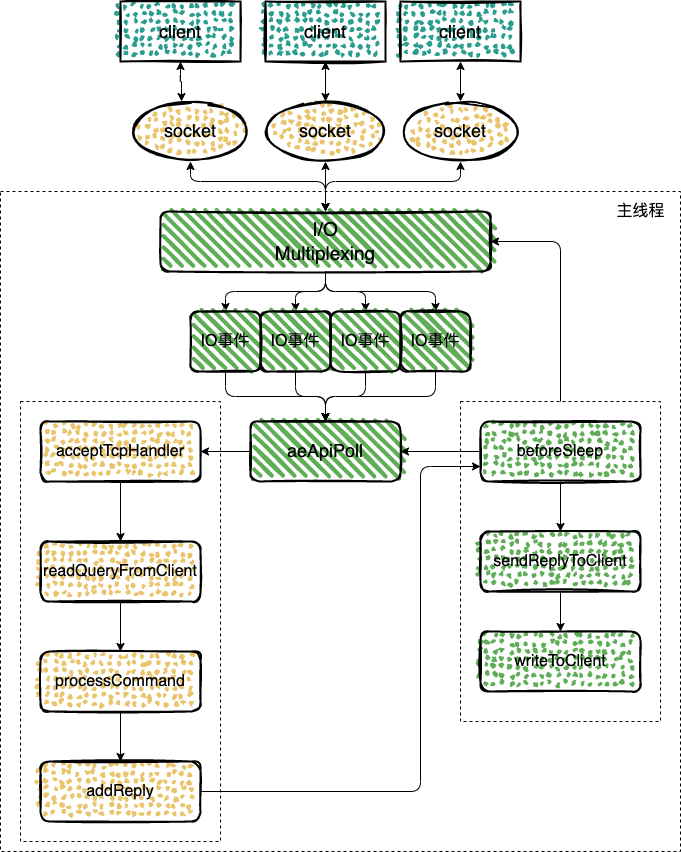
The draw.io diagram img/redis/redis-single.png in boilingfrog/Go-POINT, before a commit. Source tidied: cells renumbered, new cells last; positions are measured from the earlier drawing's top-left corner, leaving out a move shared by most shapes.
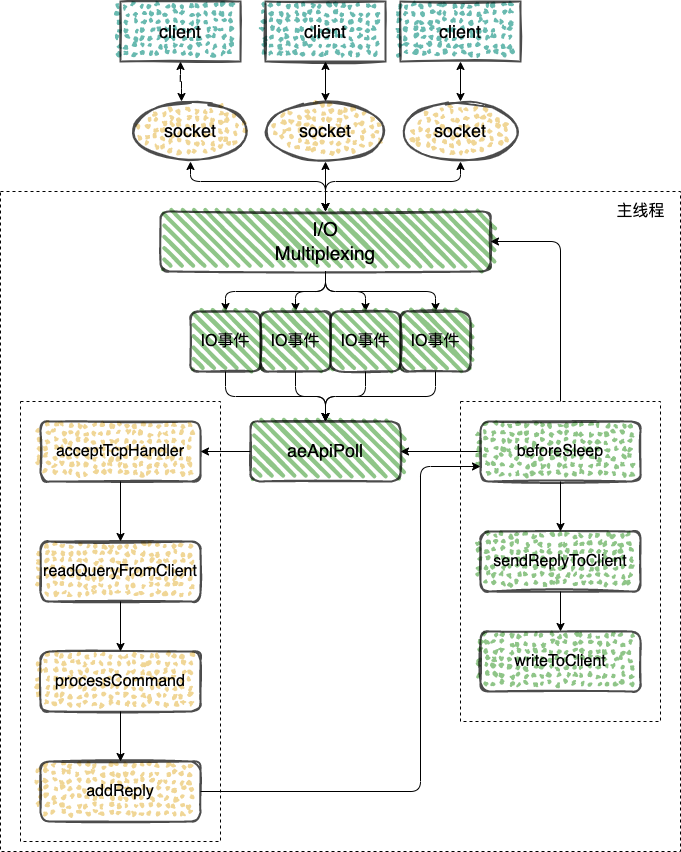
Later version of the same file.

Commit message:
feat:redis 中的原子性

The edit, as a diff of the source:
```diff
@@ -23,7 +23,7 @@
     <mxCell id="8" style="edgeStyle=orthogonalEdgeStyle;html=1;entryX=0.5;entryY=0;entryDx=0;entryDy=0;fontSize=16;startArrow=none;startFill=0;" parent="1" edge="1" source="9" target="44">
       <mxGeometry relative="1" as="geometry" />
     </mxCell>
-    <mxCell id="9" value="&lt;font style=&quot;font-size: 19px&quot;&gt;I/O&lt;br&gt;Multiplexing&lt;/font&gt;" style="rounded=1;whiteSpace=wrap;html=1;strokeWidth=2;fillWeight=4;hachureGap=8;hachureAngle=45;fillColor=#5FAD56;sketch=1;fontSize=16;" parent="1" vertex="1">
+    <mxCell id="9" value="&lt;font style=&quot;font-size: 19px&quot;&gt;I/O&lt;br&gt;Multiplexing&lt;/font&gt;" style="rounded=1;whiteSpace=wrap;html=1;strokeWidth=2;fillWeight=4;hachureGap=8;hachureAngle=45;fillColor=#5FAD56;sketch=1;fontSize=16;opacity=70;" parent="1" vertex="1">
       <mxGeometry x="160" y="210" width="330" height="60" as="geometry" />
     </mxCell>
     <mxCell id="10" style="edgeStyle=orthogonalEdgeStyle;html=1;entryX=0.5;entryY=0;entryDx=0;entryDy=0;fontSize=25;startArrow=classic;startFill=1;" parent="1" edge="1" source="11" target="9">
@@ -34,7 +34,7 @@
         </Array>
       </mxGeometry>
     </mxCell>
-    <mxCell id="11" value="&lt;font style=&quot;font-size: 18px&quot;&gt;socket&lt;/font&gt;" style="ellipse;whiteSpace=wrap;html=1;strokeWidth=2;fillWeight=2;hachureGap=8;fillColor=#E9C46A;fillStyle=dots;sketch=1;fontSize=16;" parent="1" vertex="1">
+    <mxCell id="11" value="&lt;font style=&quot;font-size: 18px&quot;&gt;socket&lt;/font&gt;" style="ellipse;whiteSpace=wrap;html=1;strokeWidth=2;fillWeight=2;hachureGap=8;fillColor=#E9C46A;fillStyle=dots;sketch=1;fontSize=16;opacity=70;" parent="1" vertex="1">
       <mxGeometry x="130" y="100" width="120" height="60" as="geometry" />
     </mxCell>
     <mxCell id="12" style="edgeStyle=orthogonalEdgeStyle;html=1;entryX=0.5;entryY=0;entryDx=0;entryDy=0;fontSize=18;exitX=0.5;exitY=1;exitDx=0;exitDy=0;startArrow=classic;startFill=1;" parent="1" edge="1" source="13" target="9">
@@ -45,55 +45,55 @@
         </Array>
       </mxGeometry>
     </mxCell>
-    <mxCell id="13" value="&lt;font style=&quot;font-size: 18px&quot;&gt;socket&lt;/font&gt;" style="ellipse;whiteSpace=wrap;html=1;strokeWidth=2;fillWeight=2;hachureGap=8;fillColor=#E9C46A;fillStyle=dots;sketch=1;fontSize=16;" parent="1" vertex="1">
+    <mxCell id="13" value="&lt;font style=&quot;font-size: 18px&quot;&gt;socket&lt;/font&gt;" style="ellipse;whiteSpace=wrap;html=1;strokeWidth=2;fillWeight=2;hachureGap=8;fillColor=#E9C46A;fillStyle=dots;sketch=1;fontSize=16;opacity=70;" parent="1" vertex="1">
       <mxGeometry x="400" y="100" width="120" height="60" as="geometry" />
     </mxCell>
     <mxCell id="14" style="edgeStyle=orthogonalEdgeStyle;html=1;fontSize=16;startArrow=none;startFill=0;" parent="1" edge="1" source="15" target="17">
       <mxGeometry relative="1" as="geometry" />
     </mxCell>
-    <mxCell id="15" value="&lt;font style=&quot;font-size: 18px&quot;&gt;aeApiPoll&lt;/font&gt;" style="rounded=1;whiteSpace=wrap;html=1;strokeWidth=2;fillWeight=4;hachureGap=8;hachureAngle=45;fillColor=#5FAD56;sketch=1;fontSize=16;" parent="1" vertex="1">
+    <mxCell id="15" value="&lt;font style=&quot;font-size: 18px&quot;&gt;aeApiPoll&lt;/font&gt;" style="rounded=1;whiteSpace=wrap;html=1;strokeWidth=2;fillWeight=4;hachureGap=8;hachureAngle=45;fillColor=#5FAD56;sketch=1;fontSize=16;opacity=70;" parent="1" vertex="1">
       <mxGeometry x="250" y="420" width="150" height="60" as="geometry" />
     </mxCell>
     <mxCell id="16" style="edgeStyle=orthogonalEdgeStyle;html=1;entryX=0.5;entryY=0;entryDx=0;entryDy=0;fontSize=16;startArrow=none;startFill=0;" parent="1" edge="1" source="17" target="27">
       <mxGeometry relative="1" as="geometry" />
     </mxCell>
-    <mxCell id="17" value="acceptTcpHandler" style="rounded=1;whiteSpace=wrap;html=1;strokeWidth=2;fillWeight=2;hachureGap=8;hachureAngle=45;fillColor=#E9C46A;sketch=1;fontSize=16;fillStyle=dots;" parent="1" vertex="1">
+    <mxCell id="17" value="acceptTcpHandler" style="rounded=1;whiteSpace=wrap;html=1;strokeWidth=2;fillWeight=2;hachureGap=8;hachureAngle=45;fillColor=#E9C46A;sketch=1;fontSize=16;fillStyle=dots;opacity=70;" parent="1" vertex="1">
       <mxGeometry x="40" y="420" width="160" height="60" as="geometry" />
     </mxCell>
     <mxCell id="18" style="edgeStyle=orthogonalEdgeStyle;html=1;entryX=0.5;entryY=0;entryDx=0;entryDy=0;fontSize=18;startArrow=classic;startFill=1;" parent="1" edge="1" source="19" target="9">
       <mxGeometry relative="1" as="geometry" />
     </mxCell>
-    <mxCell id="19" value="&lt;font style=&quot;font-size: 18px&quot;&gt;socket&lt;/font&gt;" style="ellipse;whiteSpace=wrap;html=1;strokeWidth=2;fillWeight=2;hachureGap=8;fillColor=#E9C46A;fillStyle=dots;sketch=1;fontSize=16;" parent="1" vertex="1">
+    <mxCell id="19" value="&lt;font style=&quot;font-size: 18px&quot;&gt;socket&lt;/font&gt;" style="ellipse;whiteSpace=wrap;html=1;strokeWidth=2;fillWeight=2;hachureGap=8;fillColor=#E9C46A;fillStyle=dots;sketch=1;fontSize=16;opacity=70;" parent="1" vertex="1">
       <mxGeometry x="265" y="100" width="120" height="60" as="geometry" />
     </mxCell>
     <mxCell id="20" style="edgeStyle=orthogonalEdgeStyle;html=1;entryX=0.425;entryY=0;entryDx=0;entryDy=0;entryPerimeter=0;fontSize=19;startArrow=classic;startFill=1;" parent="1" edge="1" source="21" target="11">
       <mxGeometry relative="1" as="geometry" />
     </mxCell>
-    <mxCell id="21" value="&lt;font style=&quot;font-size: 18px&quot;&gt;client&lt;/font&gt;" style="rounded=0;whiteSpace=wrap;html=1;fontFamily=Helvetica;fontSize=12;fontColor=default;strokeColor=default;fillColor=#2A9D8F;strokeWidth=2;fillWeight=2;hachureGap=8;fillStyle=dots;sketch=1;" parent="1" vertex="1">
+    <mxCell id="21" value="&lt;font style=&quot;font-size: 18px&quot;&gt;client&lt;/font&gt;" style="rounded=0;whiteSpace=wrap;html=1;fontFamily=Helvetica;fontSize=12;fontColor=default;strokeColor=default;fillColor=#2A9D8F;strokeWidth=2;fillWeight=2;hachureGap=8;fillStyle=dots;sketch=1;opacity=70;" parent="1" vertex="1">
       <mxGeometry x="120" width="120" height="60" as="geometry" />
     </mxCell>
     <mxCell id="22" style="edgeStyle=orthogonalEdgeStyle;html=1;entryX=0.5;entryY=0;entryDx=0;entryDy=0;fontSize=19;startArrow=classic;startFill=1;" parent="1" edge="1" source="23" target="19">
       <mxGeometry relative="1" as="geometry" />
     </mxCell>
-    <mxCell id="23" value="&lt;font style=&quot;font-size: 18px&quot;&gt;client&lt;/font&gt;" style="rounded=0;whiteSpace=wrap;html=1;fontFamily=Helvetica;fontSize=12;fontColor=default;strokeColor=default;fillColor=#2A9D8F;strokeWidth=2;fillWeight=2;hachureGap=8;fillStyle=dots;sketch=1;" parent="1" vertex="1">
+    <mxCell id="23" value="&lt;font style=&quot;font-size: 18px&quot;&gt;client&lt;/font&gt;" style="rounded=0;whiteSpace=wrap;html=1;fontFamily=Helvetica;fontSize=12;fontColor=default;strokeColor=default;fillColor=#2A9D8F;strokeWidth=2;fillWeight=2;hachureGap=8;fillStyle=dots;sketch=1;opacity=70;" parent="1" vertex="1">
       <mxGeometry x="265" width="120" height="60" as="geometry" />
     </mxCell>
     <mxCell id="24" style="edgeStyle=orthogonalEdgeStyle;html=1;fontSize=19;startArrow=classic;startFill=1;" parent="1" edge="1" source="25" target="13">
       <mxGeometry relative="1" as="geometry" />
     </mxCell>
-    <mxCell id="25" value="&lt;font style=&quot;font-size: 18px&quot;&gt;client&lt;/font&gt;" style="rounded=0;whiteSpace=wrap;html=1;fontFamily=Helvetica;fontSize=12;fontColor=default;strokeColor=default;fillColor=#2A9D8F;strokeWidth=2;fillWeight=2;hachureGap=8;fillStyle=dots;sketch=1;" parent="1" vertex="1">
+    <mxCell id="25" value="&lt;font style=&quot;font-size: 18px&quot;&gt;client&lt;/font&gt;" style="rounded=0;whiteSpace=wrap;html=1;fontFamily=Helvetica;fontSize=12;fontColor=default;strokeColor=default;fillColor=#2A9D8F;strokeWidth=2;fillWeight=2;hachureGap=8;fillStyle=dots;sketch=1;opacity=70;" parent="1" vertex="1">
       <mxGeometry x="400" width="120" height="60" as="geometry" />
     </mxCell>
     <mxCell id="26" style="edgeStyle=orthogonalEdgeStyle;html=1;fontSize=16;startArrow=none;startFill=0;" parent="1" edge="1" source="27" target="35">
       <mxGeometry relative="1" as="geometry" />
     </mxCell>
-    <mxCell id="27" value="readQueryFromClient" style="rounded=1;whiteSpace=wrap;html=1;strokeWidth=2;fillWeight=2;hachureGap=8;hachureAngle=45;fillColor=#E9C46A;sketch=1;fontSize=16;fillStyle=dots;" parent="1" vertex="1">
+    <mxCell id="27" value="readQueryFromClient" style="rounded=1;whiteSpace=wrap;html=1;strokeWidth=2;fillWeight=2;hachureGap=8;hachureAngle=45;fillColor=#E9C46A;sketch=1;fontSize=16;fillStyle=dots;opacity=70;" parent="1" vertex="1">
       <mxGeometry x="40" y="540" width="160" height="60" as="geometry" />
     </mxCell>
     <mxCell id="28" style="edgeStyle=orthogonalEdgeStyle;html=1;entryX=0.5;entryY=0;entryDx=0;entryDy=0;fontSize=16;startArrow=none;startFill=0;" parent="1" edge="1" source="29" target="38">
       <mxGeometry relative="1" as="geometry" />
     </mxCell>
-    <mxCell id="29" value="sendReplyToClient" style="rounded=1;whiteSpace=wrap;html=1;strokeWidth=2;fillWeight=2;hachureGap=8;hachureAngle=45;fillColor=#5FAD56;sketch=1;fontSize=16;fillStyle=dots;" parent="1" vertex="1">
+    <mxCell id="29" value="sendReplyToClient" style="rounded=1;whiteSpace=wrap;html=1;strokeWidth=2;fillWeight=2;hachureGap=8;hachureAngle=45;fillColor=#5FAD56;sketch=1;fontSize=16;fillStyle=dots;opacity=70;" parent="1" vertex="1">
       <mxGeometry x="480" y="530" width="160" height="60" as="geometry" />
     </mxCell>
     <mxCell id="30" style="edgeStyle=orthogonalEdgeStyle;html=1;entryX=1;entryY=0.5;entryDx=0;entryDy=0;fontSize=16;startArrow=none;startFill=0;" parent="1" edge="1" source="33" target="15">
@@ -110,13 +110,13 @@
         </Array>
       </mxGeometry>
     </mxCell>
-    <mxCell id="33" value="beforeSleep" style="rounded=1;whiteSpace=wrap;html=1;strokeWidth=2;fillWeight=2;hachureGap=8;hachureAngle=45;fillColor=#5FAD56;sketch=1;fontSize=16;fillStyle=dots;" parent="1" vertex="1">
+    <mxCell id="33" value="beforeSleep" style="rounded=1;whiteSpace=wrap;html=1;strokeWidth=2;fillWeight=2;hachureGap=8;hachureAngle=45;fillColor=#5FAD56;sketch=1;fontSize=16;fillStyle=dots;opacity=70;" parent="1" vertex="1">
       <mxGeometry x="480" y="420" width="160" height="60" as="geometry" />
     </mxCell>
     <mxCell id="34" style="edgeStyle=orthogonalEdgeStyle;html=1;entryX=0.5;entryY=0;entryDx=0;entryDy=0;fontSize=16;startArrow=none;startFill=0;" parent="1" edge="1" source="35" target="37">
       <mxGeometry relative="1" as="geometry" />
     </mxCell>
-    <mxCell id="35" value="processCommand" style="rounded=1;whiteSpace=wrap;html=1;strokeWidth=2;fillWeight=2;hachureGap=8;hachureAngle=45;fillColor=#E9C46A;sketch=1;fontSize=16;fillStyle=dots;" parent="1" vertex="1">
+    <mxCell id="35" value="processCommand" style="rounded=1;whiteSpace=wrap;html=1;strokeWidth=2;fillWeight=2;hachureGap=8;hachureAngle=45;fillColor=#E9C46A;sketch=1;fontSize=16;fillStyle=dots;opacity=70;" parent="1" vertex="1">
       <mxGeometry x="40" y="650" width="160" height="60" as="geometry" />
     </mxCell>
     <mxCell id="36" style="edgeStyle=orthogonalEdgeStyle;html=1;fontSize=16;startArrow=none;startFill=0;entryX=0;entryY=0.75;entryDx=0;entryDy=0;" parent="1" edge="1" source="37" target="33">
@@ -127,34 +127,34 @@
         </Array>
       </mxGeometry>
     </mxCell>
-    <mxCell id="37" value="addReply" style="rounded=1;whiteSpace=wrap;html=1;strokeWidth=2;fillWeight=2;hachureGap=8;hachureAngle=45;fillColor=#E9C46A;sketch=1;fontSize=16;fillStyle=dots;" parent="1" vertex="1">
+    <mxCell id="37" value="addReply" style="rounded=1;whiteSpace=wrap;html=1;strokeWidth=2;fillWeight=2;hachureGap=8;hachureAngle=45;fillColor=#E9C46A;sketch=1;fontSize=16;fillStyle=dots;opacity=70;" parent="1" vertex="1">
       <mxGeometry x="40" y="760" width="160" height="60" as="geometry" />
     </mxCell>
-    <mxCell id="38" value="writeToClient" style="rounded=1;whiteSpace=wrap;html=1;strokeWidth=2;fillWeight=2;hachureGap=8;hachureAngle=45;fillColor=#5FAD56;sketch=1;fontSize=16;fillStyle=dots;" parent="1" vertex="1">
+    <mxCell id="38" value="writeToClient" style="rounded=1;whiteSpace=wrap;html=1;strokeWidth=2;fillWeight=2;hachureGap=8;hachureAngle=45;fillColor=#5FAD56;sketch=1;fontSize=16;fillStyle=dots;opacity=70;" parent="1" vertex="1">
       <mxGeometry x="480" y="630" width="160" height="60" as="geometry" />
     </mxCell>
     <mxCell id="39" style="edgeStyle=orthogonalEdgeStyle;html=1;entryX=0.5;entryY=0;entryDx=0;entryDy=0;fontSize=16;startArrow=none;startFill=0;" parent="1" edge="1" source="40" target="15">
       <mxGeometry relative="1" as="geometry" />
     </mxCell>
-    <mxCell id="40" value="IO事件" style="rounded=1;whiteSpace=wrap;html=1;strokeWidth=2;fillWeight=4;hachureGap=8;hachureAngle=45;fillColor=#5FAD56;sketch=1;fontSize=16;" parent="1" vertex="1">
+    <mxCell id="40" value="IO事件" style="rounded=1;whiteSpace=wrap;html=1;strokeWidth=2;fillWeight=4;hachureGap=8;hachureAngle=45;fillColor=#5FAD56;sketch=1;fontSize=16;opacity=70;" parent="1" vertex="1">
       <mxGeometry x="190" y="310" width="70" height="60" as="geometry" />
     </mxCell>
     <mxCell id="41" style="edgeStyle=orthogonalEdgeStyle;html=1;entryX=0.5;entryY=0;entryDx=0;entryDy=0;fontSize=16;startArrow=none;startFill=0;" parent="1" edge="1" source="42" target="15">
       <mxGeometry relative="1" as="geometry" />
     </mxCell>
-    <mxCell id="42" value="IO事件" style="rounded=1;whiteSpace=wrap;html=1;strokeWidth=2;fillWeight=4;hachureGap=8;hachureAngle=45;fillColor=#5FAD56;sketch=1;fontSize=16;" parent="1" vertex="1">
+    <mxCell id="42" value="IO事件" style="rounded=1;whiteSpace=wrap;html=1;strokeWidth=2;fillWeight=4;hachureGap=8;hachureAngle=45;fillColor=#5FAD56;sketch=1;fontSize=16;opacity=70;" parent="1" vertex="1">
       <mxGeometry x="260" y="310" width="70" height="60" as="geometry" />
     </mxCell>
     <mxCell id="43" style="edgeStyle=orthogonalEdgeStyle;html=1;entryX=0.5;entryY=0;entryDx=0;entryDy=0;fontSize=16;startArrow=none;startFill=0;" parent="1" edge="1" source="44" target="15">
       <mxGeometry relative="1" as="geometry" />
     </mxCell>
-    <mxCell id="44" value="IO事件" style="rounded=1;whiteSpace=wrap;html=1;strokeWidth=2;fillWeight=4;hachureGap=8;hachureAngle=45;fillColor=#5FAD56;sketch=1;fontSize=16;" parent="1" vertex="1">
+    <mxCell id="44" value="IO事件" style="rounded=1;whiteSpace=wrap;html=1;strokeWidth=2;fillWeight=4;hachureGap=8;hachureAngle=45;fillColor=#5FAD56;sketch=1;fontSize=16;opacity=70;" parent="1" vertex="1">
       <mxGeometry x="330" y="310" width="70" height="60" as="geometry" />
     </mxCell>
     <mxCell id="45" style="edgeStyle=orthogonalEdgeStyle;html=1;entryX=0.5;entryY=0;entryDx=0;entryDy=0;fontSize=16;startArrow=none;startFill=0;" parent="1" edge="1" source="46" target="15">
       <mxGeometry relative="1" as="geometry" />
     </mxCell>
-    <mxCell id="46" value="IO事件" style="rounded=1;whiteSpace=wrap;html=1;strokeWidth=2;fillWeight=4;hachureGap=8;hachureAngle=45;fillColor=#5FAD56;sketch=1;fontSize=16;" parent="1" vertex="1">
+    <mxCell id="46" value="IO事件" style="rounded=1;whiteSpace=wrap;html=1;strokeWidth=2;fillWeight=4;hachureGap=8;hachureAngle=45;fillColor=#5FAD56;sketch=1;fontSize=16;opacity=70;" parent="1" vertex="1">
       <mxGeometry x="400" y="310" width="70" height="60" as="geometry" />
     </mxCell>
     <mxCell id="47" value="主线程" style="text;html=1;align=center;verticalAlign=middle;strokeColor=none;fillColor=none;fontSize=16;" parent="1" vertex="1">
```
